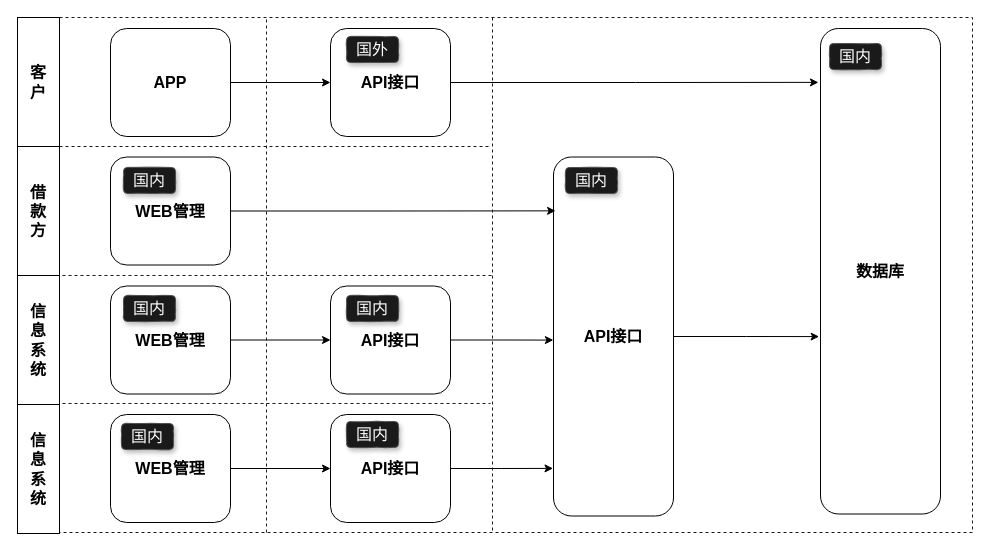
The draw.io diagram pmp-wx.drawio in yiuked/diagram, before the edit. Source tidied: cells renumbered, new cells numbered last; positions are measured from the earlier drawing's top-left corner, leaving out a move shared by most shapes. Both pictures are drawn from the tidied source at 100%, with x=0, y=0 at pixel (17, 17).
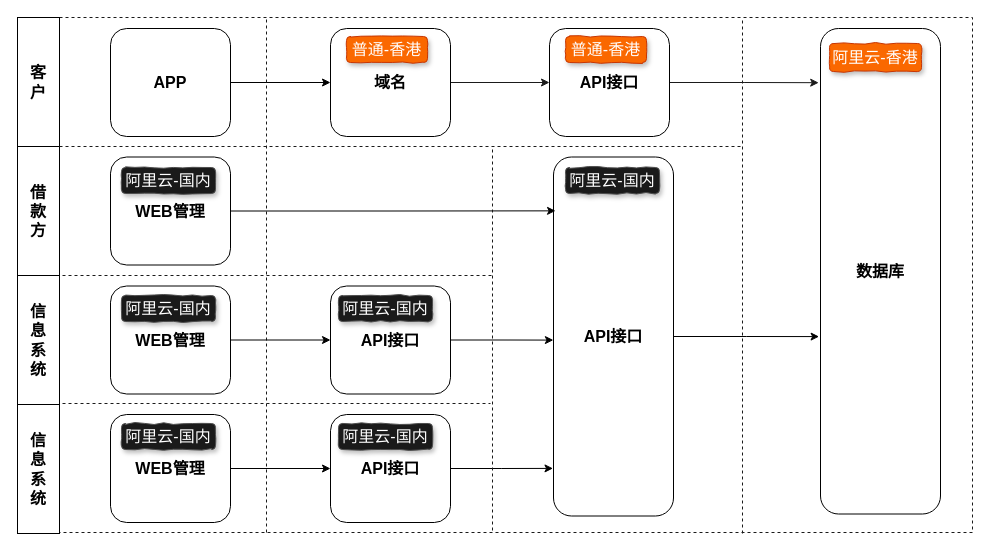
After the change.

The change refers to these unchanged cells:
```xml
<mxCell id="4" value="借&lt;br style=&quot;font-size: 16px;&quot;&gt;款&lt;br style=&quot;font-size: 16px;&quot;&gt;方" style="rounded=0;whiteSpace=wrap;html=1;fontSize=16;fontStyle=1;" parent="1" vertex="1">
  <mxGeometry y="129" width="42" height="129" as="geometry" />
</mxCell>
<mxCell id="28" value="数据库" style="rounded=1;whiteSpace=wrap;html=1;fontSize=16;fontStyle=1;" parent="1" vertex="1">
  <mxGeometry x="803" y="11" width="120" height="485.5" as="geometry" />
</mxCell>
```

The edit, as a diff of the source:
```diff
@@
-    <mxCell id="8" style="edgeStyle=orthogonalEdgeStyle;rounded=0;jettySize=auto;html=1;exitX=1;exitY=0.5;exitDx=0;exitDy=0;fontSize=16;entryX=-0.017;entryY=0.111;entryDx=0;entryDy=0;entryPerimeter=0;" parent="1" edge="1" source="9" target="28">
-      <mxGeometry relative="1" as="geometry" />
-    </mxCell>
+    <mxCell id="37" style="edgeStyle=orthogonalEdgeStyle;rounded=0;jettySize=auto;html=1;exitX=1;exitY=0.5;exitDx=0;exitDy=0;strokeColor=#1A1A1A;fontSize=16;fontColor=#FFFFFF;" parent="1" edge="1" source="9" target="40">
+      <mxGeometry relative="1" as="geometry" />
+    </mxCell>
-    <mxCell id="9" value="API接口" style="rounded=1;whiteSpace=wrap;html=1;fontSize=16;fontStyle=1;" parent="1" vertex="1">
+    <mxCell id="9" value="域名" style="rounded=1;whiteSpace=wrap;html=1;fontSize=16;fontStyle=1;" parent="1" vertex="1">
       <mxGeometry x="313" y="11" width="120" height="108" as="geometry" />
     </mxCell>
     <mxCell id="10" style="endArrow=none;dashed=1;html=1;fontSize=16;exitX=1;exitY=0;exitDx=0;exitDy=0;fillColor=#fff2cc;strokeColor=#1A1A1A;" parent="1" edge="1" source="4">
       <mxGeometry relative="1" as="geometry">
-        <mxPoint x="474" y="129" as="targetPoint" />
+        <mxPoint x="726" y="129" as="targetPoint" />
       </mxGeometry>
     </mxCell>
@@
     <mxCell id="27" style="endArrow=none;dashed=1;html=1;fontSize=16;fillColor=#fff2cc;strokeColor=#1A1A1A;" parent="1" edge="1">
       <mxGeometry relative="1" as="geometry">
         <mxPoint x="475" y="513" as="sourcePoint" />
-        <mxPoint x="475" as="targetPoint" />
+        <mxPoint x="475" y="129" as="targetPoint" />
       </mxGeometry>
     </mxCell>
@@
-    <mxCell id="29" value="国内" style="text;html=1;strokeColor=#4D4D4D;fillColor=#1A1A1A;align=center;verticalAlign=middle;whiteSpace=wrap;rounded=1;fontSize=16;labelBackgroundColor=none;fontColor=#ffffff;labelBorderColor=none;spacingTop=0;spacingLeft=0;shadow=1;glass=0;comic=1;" parent="1" vertex="1">
-      <mxGeometry x="812" y="26" width="52" height="26" as="geometry" />
+    <mxCell id="29" value="阿里云-香港" style="text;html=1;strokeColor=#C73500;fillColor=#fa6800;align=center;verticalAlign=middle;whiteSpace=wrap;rounded=1;fontSize=16;labelBackgroundColor=none;fontColor=#ffffff;labelBorderColor=none;spacingTop=0;spacingLeft=0;shadow=1;glass=0;comic=1;" parent="1" vertex="1">
+      <mxGeometry x="812" y="26" width="92" height="28" as="geometry" />
     </mxCell>
-    <mxCell id="30" value="国内" style="text;html=1;strokeColor=#4D4D4D;fillColor=#1A1A1A;align=center;verticalAlign=middle;whiteSpace=wrap;rounded=1;fontSize=16;labelBackgroundColor=none;fontColor=#ffffff;labelBorderColor=none;spacingTop=0;spacingLeft=0;shadow=1;glass=0;comic=1;" parent="1" vertex="1">
-      <mxGeometry x="548" y="150" width="52" height="26" as="geometry" />
+    <mxCell id="30" value="阿里云-国内" style="text;html=1;strokeColor=#4D4D4D;fillColor=#1A1A1A;align=center;verticalAlign=middle;whiteSpace=wrap;rounded=1;fontSize=16;labelBackgroundColor=none;fontColor=#ffffff;labelBorderColor=none;spacingTop=0;spacingLeft=0;shadow=1;glass=0;comic=1;" parent="1" vertex="1">
+      <mxGeometry x="548" y="150" width="94" height="26" as="geometry" />
     </mxCell>
-    <mxCell id="31" value="国内" style="text;html=1;strokeColor=#4D4D4D;fillColor=#1A1A1A;align=center;verticalAlign=middle;whiteSpace=wrap;rounded=1;fontSize=16;labelBackgroundColor=none;fontColor=#ffffff;labelBorderColor=none;spacingTop=0;spacingLeft=0;shadow=1;glass=0;comic=1;" parent="1" vertex="1">
-      <mxGeometry x="106" y="150" width="52" height="26" as="geometry" />
-    </mxCell>
-    <mxCell id="32" value="国内" style="text;html=1;strokeColor=#4D4D4D;fillColor=#1A1A1A;align=center;verticalAlign=middle;whiteSpace=wrap;rounded=1;fontSize=16;labelBackgroundColor=none;fontColor=#ffffff;labelBorderColor=none;spacingTop=0;spacingLeft=0;shadow=1;glass=0;comic=1;" parent="1" vertex="1">
-      <mxGeometry x="106" y="278" width="52" height="26" as="geometry" />
-    </mxCell>
-    <mxCell id="33" value="国内" style="text;html=1;strokeColor=#4D4D4D;fillColor=#1A1A1A;align=center;verticalAlign=middle;whiteSpace=wrap;rounded=1;fontSize=16;labelBackgroundColor=none;fontColor=#ffffff;labelBorderColor=none;spacingTop=0;spacingLeft=0;shadow=1;glass=0;comic=1;" parent="1" vertex="1">
-      <mxGeometry x="104" y="406" width="52" height="26" as="geometry" />
-    </mxCell>
-    <mxCell id="34" value="国内" style="text;html=1;strokeColor=#4D4D4D;fillColor=#1A1A1A;align=center;verticalAlign=middle;whiteSpace=wrap;rounded=1;fontSize=16;labelBackgroundColor=none;fontColor=#ffffff;labelBorderColor=none;spacingTop=0;spacingLeft=0;shadow=1;glass=0;comic=1;" parent="1" vertex="1">
-      <mxGeometry x="329" y="278" width="52" height="26" as="geometry" />
-    </mxCell>
-    <mxCell id="35" value="国内" style="text;html=1;strokeColor=#4D4D4D;fillColor=#1A1A1A;align=center;verticalAlign=middle;whiteSpace=wrap;rounded=1;fontSize=16;labelBackgroundColor=none;fontColor=#ffffff;labelBorderColor=none;spacingTop=0;spacingLeft=0;shadow=1;glass=0;comic=1;" parent="1" vertex="1">
-      <mxGeometry x="329" y="404" width="52" height="26" as="geometry" />
-    </mxCell>
-    <mxCell id="36" value="国外" style="text;html=1;strokeColor=#4D4D4D;fillColor=#1A1A1A;align=center;verticalAlign=middle;whiteSpace=wrap;rounded=1;fontSize=16;labelBackgroundColor=none;fontColor=#ffffff;labelBorderColor=none;spacingTop=0;spacingLeft=0;shadow=1;glass=0;comic=1;" parent="1" vertex="1">
-      <mxGeometry x="329" y="19" width="52" height="26" as="geometry" />
+    <mxCell id="36" value="普通-香港" style="text;html=1;strokeColor=#C73500;fillColor=#fa6800;align=center;verticalAlign=middle;whiteSpace=wrap;rounded=1;fontSize=16;labelBackgroundColor=none;fontColor=#ffffff;labelBorderColor=none;spacingTop=0;spacingLeft=0;shadow=1;glass=0;comic=1;" parent="1" vertex="1">
+      <mxGeometry x="329" y="19" width="81" height="26" as="geometry" />
     </mxCell>
+    <mxCell id="38" style="endArrow=none;dashed=1;html=1;fontSize=16;fillColor=#fff2cc;strokeColor=#1A1A1A;" parent="1" edge="1">
+      <mxGeometry relative="1" as="geometry">
+        <mxPoint x="725" y="516" as="sourcePoint" />
+        <mxPoint x="725" y="3" as="targetPoint" />
+      </mxGeometry>
+    </mxCell>
+    <mxCell id="39" style="edgeStyle=orthogonalEdgeStyle;rounded=0;jettySize=auto;html=1;exitX=1;exitY=0.5;exitDx=0;exitDy=0;strokeColor=#1A1A1A;fontSize=16;fontColor=#FFFFFF;" parent="1" edge="1" source="40">
+      <mxGeometry relative="1" as="geometry">
+        <mxPoint x="801.2" y="65.2" as="targetPoint" />
+      </mxGeometry>
+    </mxCell>
+    <mxCell id="40" value="API接口" style="rounded=1;whiteSpace=wrap;html=1;fontSize=16;fontStyle=1;" parent="1" vertex="1">
+      <mxGeometry x="532" y="11" width="120" height="108" as="geometry" />
+    </mxCell>
+    <mxCell id="41" value="阿里云-国内" style="text;html=1;strokeColor=#4D4D4D;fillColor=#1A1A1A;align=center;verticalAlign=middle;whiteSpace=wrap;rounded=1;fontSize=16;labelBackgroundColor=none;fontColor=#ffffff;labelBorderColor=none;spacingTop=0;spacingLeft=0;shadow=1;glass=0;comic=1;" parent="1" vertex="1">
+      <mxGeometry x="104" y="150" width="94" height="26" as="geometry" />
+    </mxCell>
+    <mxCell id="42" value="阿里云-国内" style="text;html=1;strokeColor=#4D4D4D;fillColor=#1A1A1A;align=center;verticalAlign=middle;whiteSpace=wrap;rounded=1;fontSize=16;labelBackgroundColor=none;fontColor=#ffffff;labelBorderColor=none;spacingTop=0;spacingLeft=0;shadow=1;glass=0;comic=1;" parent="1" vertex="1">
+      <mxGeometry x="321" y="278" width="94" height="26" as="geometry" />
+    </mxCell>
+    <mxCell id="43" value="阿里云-国内" style="text;html=1;strokeColor=#4D4D4D;fillColor=#1A1A1A;align=center;verticalAlign=middle;whiteSpace=wrap;rounded=1;fontSize=16;labelBackgroundColor=none;fontColor=#ffffff;labelBorderColor=none;spacingTop=0;spacingLeft=0;shadow=1;glass=0;comic=1;" parent="1" vertex="1">
+      <mxGeometry x="104" y="278" width="94" height="26" as="geometry" />
+    </mxCell>
+    <mxCell id="44" value="阿里云-国内" style="text;html=1;strokeColor=#4D4D4D;fillColor=#1A1A1A;align=center;verticalAlign=middle;whiteSpace=wrap;rounded=1;fontSize=16;labelBackgroundColor=none;fontColor=#ffffff;labelBorderColor=none;spacingTop=0;spacingLeft=0;shadow=1;glass=0;comic=1;" parent="1" vertex="1">
+      <mxGeometry x="321" y="406" width="94" height="26" as="geometry" />
+    </mxCell>
+    <mxCell id="45" value="阿里云-国内" style="text;html=1;strokeColor=#4D4D4D;fillColor=#1A1A1A;align=center;verticalAlign=middle;whiteSpace=wrap;rounded=1;fontSize=16;labelBackgroundColor=none;fontColor=#ffffff;labelBorderColor=none;spacingTop=0;spacingLeft=0;shadow=1;glass=0;comic=1;" parent="1" vertex="1">
+      <mxGeometry x="104" y="406" width="94" height="26" as="geometry" />
+    </mxCell>
+    <mxCell id="46" value="普通-香港" style="text;html=1;strokeColor=#C73500;fillColor=#fa6800;align=center;verticalAlign=middle;whiteSpace=wrap;rounded=1;fontSize=16;labelBackgroundColor=none;fontColor=#ffffff;labelBorderColor=none;spacingTop=0;spacingLeft=0;shadow=1;glass=0;comic=1;" parent="1" vertex="1">
+      <mxGeometry x="548" y="19" width="81" height="26" as="geometry" />
+    </mxCell>
```
